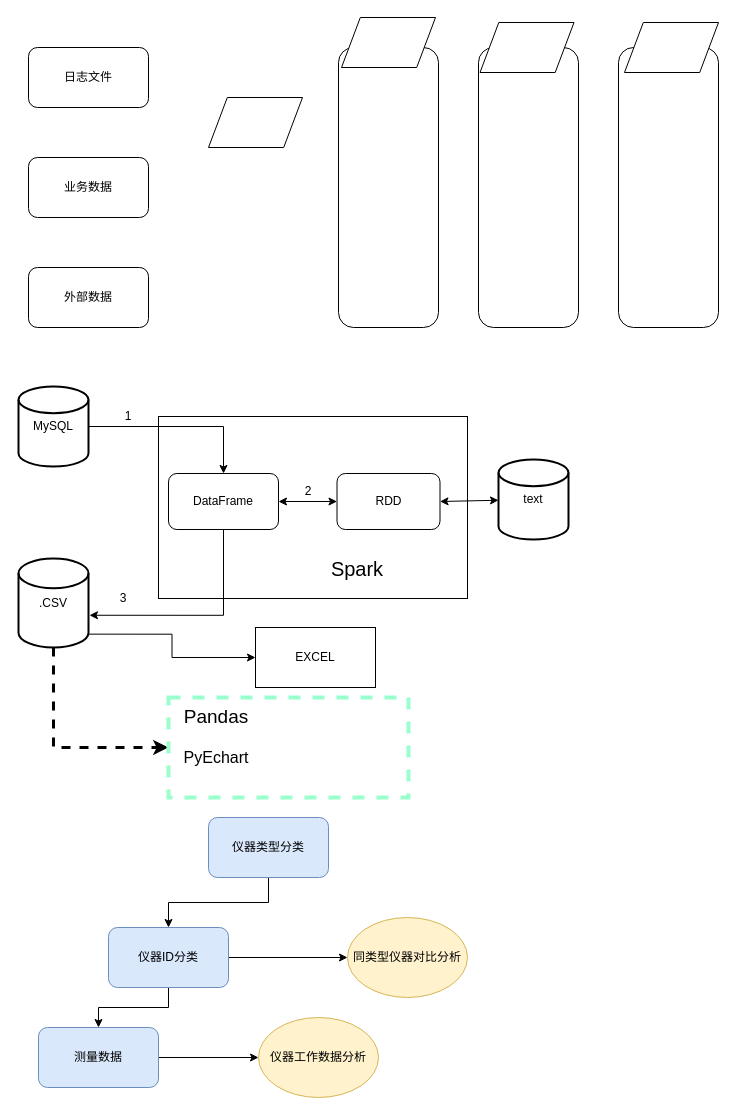
The draw.io diagram page "Page-1" (1 of 2) of bigdataFrame.drawio in lzdong0714/note, before the edit. Source tidied: cells renumbered, new cells numbered last; positions are measured from the earlier drawing's top-left corner, leaving out a move shared by most shapes. Both pictures are drawn from the tidied source at 100%, with x=0, y=0 at pixel (18, 17).
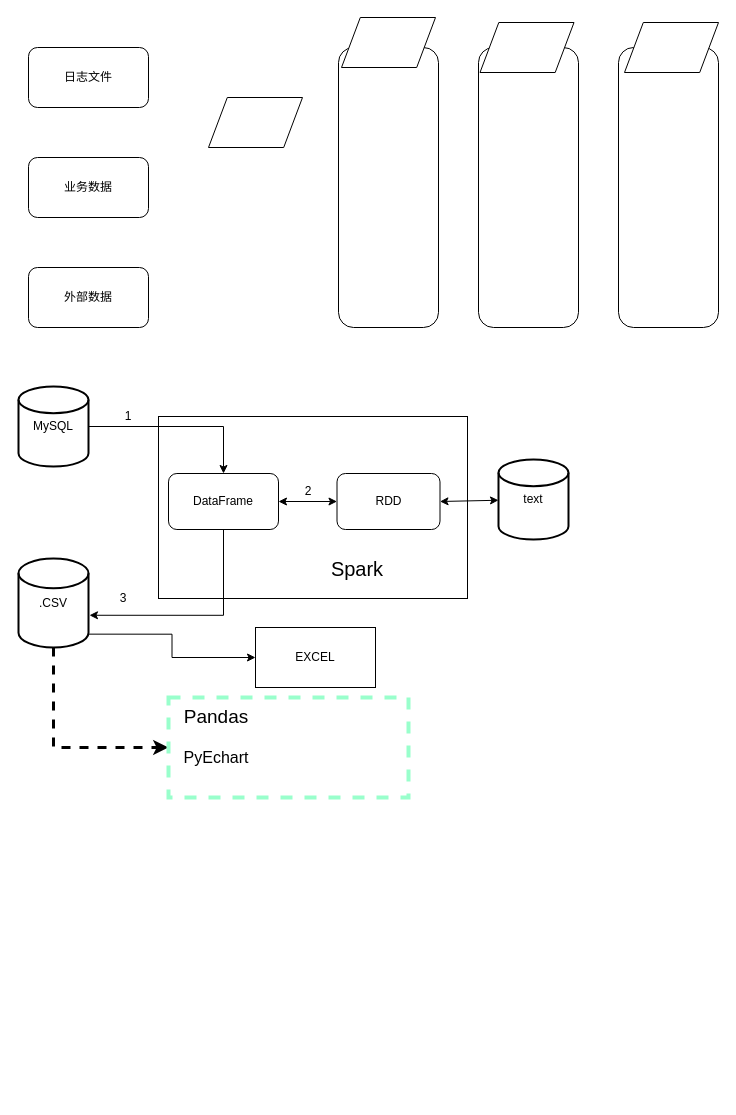
The same page after the edit.

What changed in the source:
```diff
@@
-    <mxCell id="26" style="edgeStyle=orthogonalEdgeStyle;rounded=0;jettySize=auto;html=1;exitX=0.5;exitY=1;exitDx=0;exitDy=0;entryX=0.5;entryY=0;entryDx=0;entryDy=0;" parent="1" edge="1" source="27" target="30">
-      <mxGeometry relative="1" as="geometry" />
-    </mxCell>
-    <mxCell id="27" value="仪器类型分类" style="rounded=1;whiteSpace=wrap;html=1;fillColor=#dae8fc;strokeColor=#6c8ebf;" parent="1" vertex="1">
-      <mxGeometry x="190" y="800" width="120" height="60" as="geometry" />
-    </mxCell>
-    <mxCell id="28" style="edgeStyle=orthogonalEdgeStyle;rounded=0;jettySize=auto;html=1;exitX=0.5;exitY=1;exitDx=0;exitDy=0;entryX=0.5;entryY=0;entryDx=0;entryDy=0;" parent="1" edge="1" source="30" target="32">
-      <mxGeometry relative="1" as="geometry" />
-    </mxCell>
-    <mxCell id="29" style="edgeStyle=orthogonalEdgeStyle;rounded=0;jettySize=auto;html=1;exitX=1;exitY=0.5;exitDx=0;exitDy=0;" parent="1" edge="1" source="30" target="33">
-      <mxGeometry relative="1" as="geometry" />
-    </mxCell>
-    <mxCell id="30" value="仪器ID分类" style="rounded=1;whiteSpace=wrap;html=1;fillColor=#dae8fc;strokeColor=#6c8ebf;" parent="1" vertex="1">
-      <mxGeometry x="90" y="910" width="120" height="60" as="geometry" />
-    </mxCell>
-    <mxCell id="31" style="edgeStyle=orthogonalEdgeStyle;rounded=0;jettySize=auto;html=1;exitX=1;exitY=0.5;exitDx=0;exitDy=0;entryX=0;entryY=0.5;entryDx=0;entryDy=0;" parent="1" edge="1" source="32" target="34">
-      <mxGeometry relative="1" as="geometry" />
-    </mxCell>
-    <mxCell id="32" value="测量数据" style="rounded=1;whiteSpace=wrap;html=1;fillColor=#dae8fc;strokeColor=#6c8ebf;" parent="1" vertex="1">
-      <mxGeometry x="20" y="1010" width="120" height="60" as="geometry" />
-    </mxCell>
-    <mxCell id="33" value="同类型仪器对比分析" style="ellipse;whiteSpace=wrap;html=1;fillColor=#fff2cc;strokeColor=#d6b656;" parent="1" vertex="1">
-      <mxGeometry x="329" y="900" width="120" height="80" as="geometry" />
-    </mxCell>
-    <mxCell id="34" value="仪器工作数据分析" style="ellipse;whiteSpace=wrap;html=1;fillColor=#fff2cc;strokeColor=#d6b656;" parent="1" vertex="1">
-      <mxGeometry x="240" y="1000" width="120" height="80" as="geometry" />
-    </mxCell>
```
